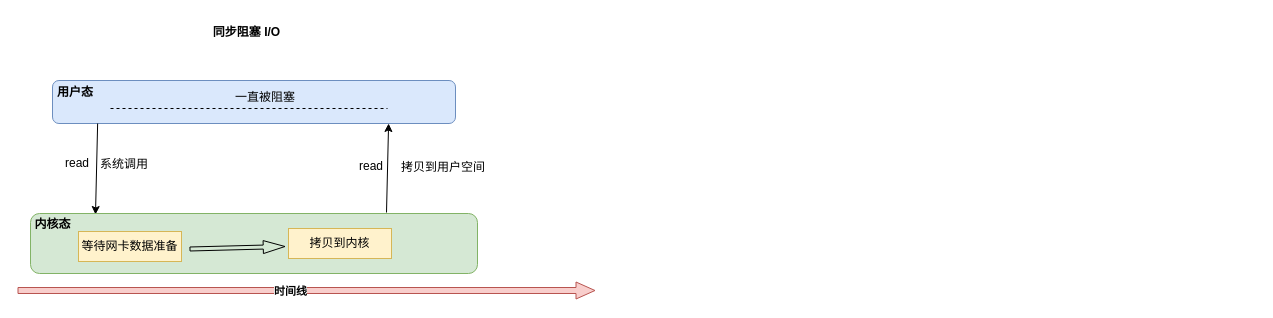
This is blog/IO.drawio from began-zhao/studydraw, a draw.io file, before an edit. Source tidied: cells renumbered, new cells numbered last; positions are measured from the earlier drawing's top-left corner, leaving out a move shared by most shapes. Both pictures are drawn from the tidied source at 100%, with x=0, y=0 at pixel (17, 17).
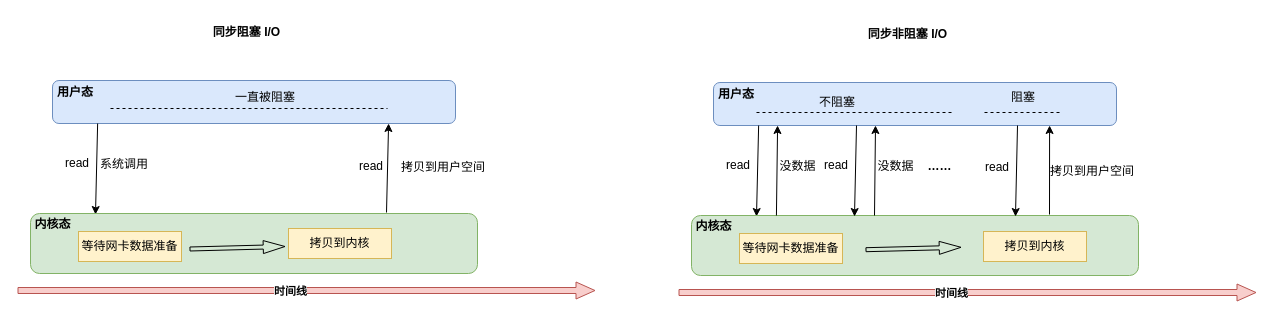
Above is the later version.

The edit, as a diff of the source:
```diff
@@
+    <mxCell id="21" style="rounded=1;whiteSpace=wrap;html=1;fillColor=#dae8fc;strokeColor=#6c8ebf;" parent="1" vertex="1">
+      <mxGeometry x="696" y="65" width="403" height="43" as="geometry" />
+    </mxCell>
+    <mxCell id="22" value="同步非阻塞 I/O" style="text;html=1;align=center;verticalAlign=middle;whiteSpace=wrap;rounded=0;fontStyle=1;" parent="1" vertex="1">
+      <mxGeometry x="830" y="2" width="121" height="30" as="geometry" />
+    </mxCell>
+    <mxCell id="23" value="用户态" style="text;html=1;align=center;verticalAlign=middle;whiteSpace=wrap;rounded=0;fontStyle=1;" parent="1" vertex="1">
+      <mxGeometry x="688" y="65" width="62" height="24" as="geometry" />
+    </mxCell>
+    <mxCell id="24" style="endArrow=none;dashed=1;html=1;rounded=0;fontStyle=1;" parent="1" edge="1">
+      <mxGeometry relative="1" as="geometry">
+        <mxPoint x="739" y="95" as="sourcePoint" />
+        <mxPoint x="935" y="95" as="targetPoint" />
+      </mxGeometry>
+    </mxCell>
+    <mxCell id="25" value="不阻塞" style="text;html=1;align=center;verticalAlign=middle;whiteSpace=wrap;rounded=0;" parent="1" vertex="1">
+      <mxGeometry x="778" y="69.5" width="84" height="30" as="geometry" />
+    </mxCell>
+    <mxCell id="26" style="endArrow=classic;html=1;rounded=0;exitX=0.112;exitY=1;exitDx=0;exitDy=0;exitPerimeter=0;" parent="1" edge="1" source="21">
+      <mxGeometry relative="1" as="geometry">
+        <mxPoint x="739" y="199" as="targetPoint" />
+      </mxGeometry>
+    </mxCell>
+    <mxCell id="27" style="rounded=1;whiteSpace=wrap;html=1;fillColor=#d5e8d4;strokeColor=#82b366;" parent="1" vertex="1">
+      <mxGeometry x="674" y="198" width="447" height="60" as="geometry" />
+    </mxCell>
+    <mxCell id="28" value="内核态" style="text;html=1;align=center;verticalAlign=middle;whiteSpace=wrap;rounded=0;fontStyle=1;" parent="1" vertex="1">
+      <mxGeometry x="674" y="194" width="45" height="30" as="geometry" />
+    </mxCell>
+    <mxCell id="29" style="endArrow=classic;html=1;rounded=0;entryX=0.834;entryY=1;entryDx=0;entryDy=0;entryPerimeter=0;" parent="1" edge="1" target="21">
+      <mxGeometry relative="1" as="geometry">
+        <mxPoint x="1032" y="197" as="sourcePoint" />
+      </mxGeometry>
+    </mxCell>
+    <mxCell id="30" value="read" style="text;html=1;align=center;verticalAlign=middle;whiteSpace=wrap;rounded=0;" parent="1" vertex="1">
+      <mxGeometry x="703" y="136" width="36" height="23" as="geometry" />
+    </mxCell>
+    <mxCell id="31" style="edgeStyle=orthogonalEdgeStyle;rounded=0;orthogonalLoop=1;jettySize=auto;html=1;exitX=0.5;exitY=1;exitDx=0;exitDy=0;" parent="1" edge="1">
+      <mxGeometry relative="1" as="geometry">
+        <mxPoint x="768" y="159" as="sourcePoint" />
+        <mxPoint x="768" y="159" as="targetPoint" />
+      </mxGeometry>
+    </mxCell>
+    <mxCell id="32" value="等待网卡数据准备" style="rounded=0;whiteSpace=wrap;html=1;fillColor=#fff2cc;strokeColor=#d6b656;" parent="1" vertex="1">
+      <mxGeometry x="722" y="216" width="103" height="30" as="geometry" />
+    </mxCell>
+    <mxCell id="33" value="拷贝到内核" style="rounded=0;whiteSpace=wrap;html=1;fillColor=#fff2cc;strokeColor=#d6b656;" parent="1" vertex="1">
+      <mxGeometry x="966" y="214" width="103" height="30" as="geometry" />
+    </mxCell>
+    <mxCell id="34" style="shape=flexArrow;endArrow=classic;html=1;rounded=0;width=4;endSize=6.92;endWidth=8;" parent="1" edge="1">
+      <mxGeometry relative="1" as="geometry">
+        <mxPoint x="848" y="232.2" as="sourcePoint" />
+        <mxPoint x="944" y="229.8" as="targetPoint" />
+      </mxGeometry>
+    </mxCell>
+    <mxCell id="35" value="read" style="text;html=1;align=center;verticalAlign=middle;whiteSpace=wrap;rounded=0;" parent="1" vertex="1">
+      <mxGeometry x="962" y="138.5" width="36" height="23" as="geometry" />
+    </mxCell>
+    <mxCell id="36" value="拷贝到用户空间" style="text;html=1;align=center;verticalAlign=middle;whiteSpace=wrap;rounded=0;" parent="1" vertex="1">
+      <mxGeometry x="1023" y="144" width="104" height="20" as="geometry" />
+    </mxCell>
+    <mxCell id="37" style="shape=flexArrow;endArrow=classic;html=1;rounded=0;width=6;endSize=6;endWidth=10;fillColor=#f8cecc;strokeColor=#b85450;" parent="1" edge="1">
+      <mxGeometry relative="1" as="geometry">
+        <mxPoint x="661" y="275" as="sourcePoint" />
+        <mxPoint x="1239" y="275" as="targetPoint" />
+      </mxGeometry>
+    </mxCell>
+    <mxCell id="38" value="时间线" style="edgeLabel;html=1;align=center;verticalAlign=middle;fontStyle=1;" parent="37" vertex="1">
+      <mxGeometry x="-0.06" relative="1" as="geometry" />
+    </mxCell>
+    <mxCell id="39" style="endArrow=none;dashed=1;html=1;rounded=0;fontStyle=1;" parent="1" edge="1">
+      <mxGeometry relative="1" as="geometry">
+        <mxPoint x="967" y="95" as="sourcePoint" />
+        <mxPoint x="1044" y="95" as="targetPoint" />
+      </mxGeometry>
+    </mxCell>
+    <mxCell id="40" value="阻塞" style="text;html=1;align=center;verticalAlign=middle;whiteSpace=wrap;rounded=0;" parent="1" vertex="1">
+      <mxGeometry x="970" y="69.5" width="72" height="21" as="geometry" />
+    </mxCell>
+    <mxCell id="41" style="endArrow=classic;html=1;rounded=0;exitX=0.19;exitY=0;exitDx=0;exitDy=0;exitPerimeter=0;entryX=0.159;entryY=1;entryDx=0;entryDy=0;entryPerimeter=0;" parent="1" edge="1" source="27" target="21">
+      <mxGeometry relative="1" as="geometry" />
+    </mxCell>
+    <mxCell id="42" value="没数据" style="text;html=1;align=center;verticalAlign=middle;whiteSpace=wrap;rounded=0;" parent="1" vertex="1">
+      <mxGeometry x="755.5" y="137" width="48.5" height="23" as="geometry" />
+    </mxCell>
+    <mxCell id="43" style="endArrow=classic;html=1;rounded=0;exitX=0.112;exitY=1;exitDx=0;exitDy=0;exitPerimeter=0;" parent="1" edge="1">
+      <mxGeometry relative="1" as="geometry">
+        <mxPoint x="839" y="108" as="sourcePoint" />
+        <mxPoint x="837" y="199" as="targetPoint" />
+      </mxGeometry>
+    </mxCell>
+    <mxCell id="44" value="read" style="text;html=1;align=center;verticalAlign=middle;whiteSpace=wrap;rounded=0;" parent="1" vertex="1">
+      <mxGeometry x="801" y="136" width="36" height="23" as="geometry" />
+    </mxCell>
+    <mxCell id="45" style="endArrow=classic;html=1;rounded=0;exitX=0.19;exitY=0;exitDx=0;exitDy=0;exitPerimeter=0;entryX=0.159;entryY=1;entryDx=0;entryDy=0;entryPerimeter=0;" parent="1" edge="1">
+      <mxGeometry relative="1" as="geometry">
+        <mxPoint x="857" y="198" as="sourcePoint" />
+        <mxPoint x="858" y="108" as="targetPoint" />
+      </mxGeometry>
+    </mxCell>
+    <mxCell id="46" value="没数据" style="text;html=1;align=center;verticalAlign=middle;whiteSpace=wrap;rounded=0;" parent="1" vertex="1">
+      <mxGeometry x="853.5" y="137" width="48.5" height="23" as="geometry" />
+    </mxCell>
+    <mxCell id="47" value="……" style="text;html=1;align=center;verticalAlign=middle;whiteSpace=wrap;rounded=0;fontStyle=1;" parent="1" vertex="1">
+      <mxGeometry x="898" y="137" width="48.5" height="23" as="geometry" />
+    </mxCell>
+    <mxCell id="48" style="endArrow=classic;html=1;rounded=0;exitX=0.112;exitY=1;exitDx=0;exitDy=0;exitPerimeter=0;" parent="1" edge="1">
+      <mxGeometry relative="1" as="geometry">
+        <mxPoint x="1000" y="108" as="sourcePoint" />
+        <mxPoint x="998" y="199" as="targetPoint" />
+      </mxGeometry>
+    </mxCell>
```
